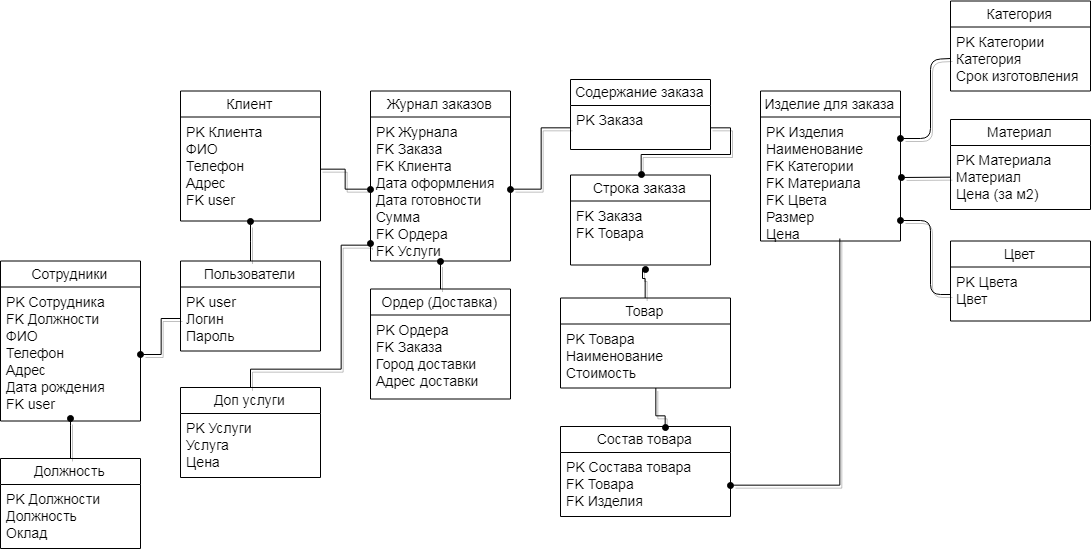
The draw.io diagram idef1x new.png in AlenaPetrichenko/softwareengineering, before a commit. Source tidied: cells renumbered, new cells last; positions are measured from the earlier drawing's top-left corner, leaving out a move shared by most shapes.
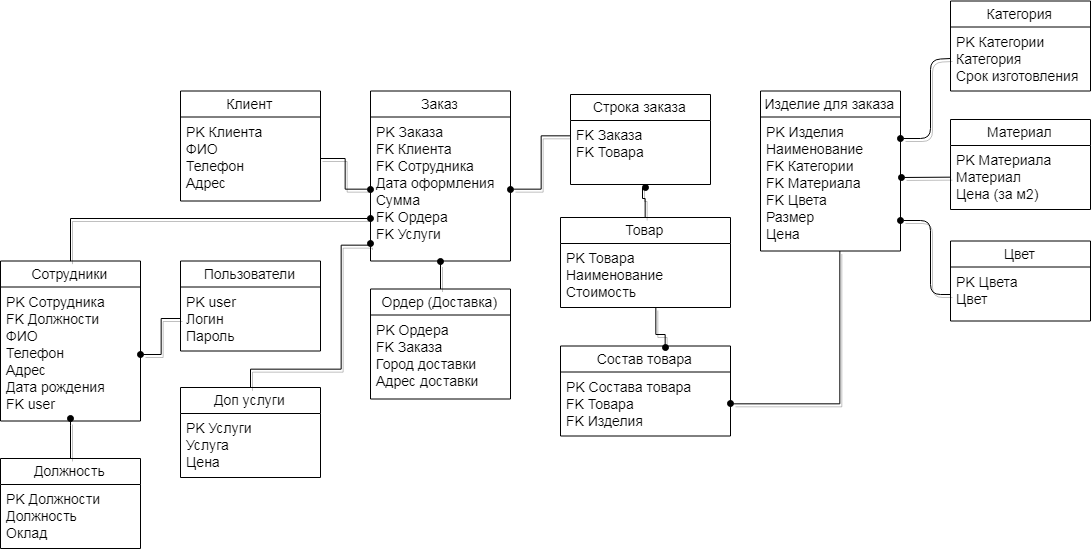
Above is the later version.

Commit message:
Внесла изменения в диаграмму idef1x

Что сделано: внесла изменения в диаграмму idef1x;
Что буду делать: создавать БД, описанную в IDEF1x, в выбранной СУБД

Change to the diagram source:
```diff
@@ -2,17 +2,17 @@
   <root>
     <mxCell id="0" />
     <mxCell id="1" parent="0" />
-    <mxCell id="2" value="Журнал заказов" style="swimlane;fontStyle=0;horizontal=1;startSize=26;fillColor=none;swimlaneFillColor=#ffffff;fontSize=14;" parent="1" vertex="1">
+    <mxCell id="2" value="Заказ" style="swimlane;fontStyle=0;horizontal=1;startSize=26;fillColor=none;swimlaneFillColor=#ffffff;fontSize=14;" parent="1" vertex="1">
       <mxGeometry x="370" y="90.5" width="140" height="170" as="geometry" />
     </mxCell>
-    <mxCell id="3" value="PK Журнала&#10;FK Заказа&#10;FK Клиента&#10;Дата оформления&#10;Дата готовности&#10;Сумма&#10;FK Ордера&#10;FK Услуги&#10;" style="text;strokeColor=none;fillColor=none;align=left;verticalAlign=top;spacingLeft=4;spacingRight=4;overflow=hidden;points=[[0,0.5],[1,0.5]];portConstraint=eastwest;fontSize=14;" parent="2" vertex="1">
+    <mxCell id="3" value="PK Заказа&#10;FK Клиента&#10;FK Сотрудника&#10;Дата оформления&#10;Сумма&#10;FK Ордера&#10;FK Услуги&#10;" style="text;strokeColor=none;fillColor=none;align=left;verticalAlign=top;spacingLeft=4;spacingRight=4;overflow=hidden;points=[[0,0.5],[1,0.5]];portConstraint=eastwest;fontSize=14;" parent="2" vertex="1">
       <mxGeometry y="26" width="140" height="144" as="geometry" />
     </mxCell>
     <mxCell id="4" value="Клиент" style="swimlane;fontStyle=0;horizontal=1;startSize=26;fillColor=none;swimlaneFillColor=#ffffff;fontSize=14;" parent="1" vertex="1">
-      <mxGeometry x="180" y="90.5" width="140" height="130" as="geometry" />
+      <mxGeometry x="180" y="90.5" width="140" height="110" as="geometry" />
     </mxCell>
-    <mxCell id="5" value="PK Клиента&#10;ФИО&#10;Телефон&#10;Адрес&#10;FK user&#10;&#10;&#10;" style="text;strokeColor=none;fillColor=none;align=left;verticalAlign=top;spacingLeft=4;spacingRight=4;overflow=hidden;points=[[0,0.5],[1,0.5]];portConstraint=eastwest;fontSize=14;" parent="4" vertex="1">
-      <mxGeometry y="26" width="140" height="104" as="geometry" />
+    <mxCell id="5" value="PK Клиента&#10;ФИО&#10;Телефон&#10;Адрес&#10;&#10;" style="text;strokeColor=none;fillColor=none;align=left;verticalAlign=top;spacingLeft=4;spacingRight=4;overflow=hidden;points=[[0,0.5],[1,0.5]];portConstraint=eastwest;fontSize=14;" parent="4" vertex="1">
+      <mxGeometry y="26" width="140" height="84" as="geometry" />
     </mxCell>
     <mxCell id="6" style="edgeStyle=orthogonalEdgeStyle;rounded=0;comic=0;html=1;shadow=1;startArrow=none;startFill=0;endArrow=oval;endFill=1;jettySize=auto;strokeWidth=1;" parent="1" edge="1" source="7" target="3">
       <mxGeometry relative="1" as="geometry">
@@ -28,23 +28,12 @@
     <mxCell id="8" value="PK Ордера&#10;FK Заказа&#10;Город доставки&#10;Адрес доставки&#10;" style="text;strokeColor=none;fillColor=none;align=left;verticalAlign=top;spacingLeft=4;spacingRight=4;overflow=hidden;fontSize=14;" parent="7" vertex="1">
       <mxGeometry y="26" width="140" height="84" as="geometry" />
     </mxCell>
-    <mxCell id="9" value="Содержание заказа" style="swimlane;fontStyle=0;horizontal=1;startSize=26;fillColor=none;swimlaneFillColor=#ffffff;fontSize=14;" parent="1" vertex="1">
-      <mxGeometry x="570" y="79" width="140" height="70" as="geometry" />
-    </mxCell>
-    <mxCell id="10" value="PK Заказа&#10;" style="text;strokeColor=none;fillColor=none;align=left;verticalAlign=top;spacingLeft=4;spacingRight=4;overflow=hidden;points=[[0,0.5],[1,0.5]];portConstraint=eastwest;fontSize=14;" parent="9" vertex="1">
-      <mxGeometry y="26" width="140" height="44" as="geometry" />
-    </mxCell>
     <mxCell id="11" value="Сотрудники" style="swimlane;fontStyle=0;horizontal=1;startSize=26;fillColor=none;swimlaneFillColor=#ffffff;fontSize=14;" parent="1" vertex="1">
       <mxGeometry y="260.5" width="140" height="160" as="geometry" />
     </mxCell>
     <mxCell id="12" value="PK Сотрудника&#10;FK Должности&#10;ФИО&#10;Телефон&#10;Адрес&#10;Дата рождения&#10;FK user&#10;&#10;&#10;" style="text;strokeColor=none;fillColor=none;align=left;verticalAlign=top;spacingLeft=4;spacingRight=4;overflow=hidden;points=[[0,0.5],[1,0.5]];portConstraint=eastwest;fontSize=14;" parent="11" vertex="1">
       <mxGeometry y="26" width="140" height="134" as="geometry" />
     </mxCell>
-    <mxCell id="13" style="edgeStyle=orthogonalEdgeStyle;rounded=0;comic=0;html=1;shadow=1;startArrow=none;startFill=0;endArrow=oval;endFill=1;jettySize=auto;strokeWidth=1;" parent="1" edge="1" source="14">
-      <mxGeometry relative="1" as="geometry">
-        <mxPoint x="250" y="221" as="targetPoint" />
-      </mxGeometry>
-    </mxCell>
     <mxCell id="14" value="Пользователи" style="swimlane;fontStyle=0;horizontal=1;startSize=26;fillColor=none;swimlaneFillColor=#ffffff;fontSize=14;" parent="1" vertex="1">
       <mxGeometry x="180" y="260.5" width="140" height="90" as="geometry" />
     </mxCell>
@@ -76,10 +65,10 @@
       <mxGeometry y="26" width="140" height="54" as="geometry" />
     </mxCell>
     <mxCell id="24" value="Изделие для заказа" style="swimlane;fontStyle=0;horizontal=1;startSize=26;fillColor=none;swimlaneFillColor=#ffffff;fontSize=14;" parent="1" vertex="1">
-      <mxGeometry x="760" y="90.5" width="140" height="150" as="geometry" />
+      <mxGeometry x="760" y="90.5" width="140" height="160" as="geometry" />
     </mxCell>
     <mxCell id="25" value="PK Изделия&#10;Наименование&#10;FK Категории&#10;FK Материала&#10;FK Цвета&#10;Размер&#10;Цена&#10;" style="text;strokeColor=none;fillColor=none;align=left;verticalAlign=top;spacingLeft=4;spacingRight=4;overflow=hidden;points=[[0,0.5],[1,0.5]];portConstraint=eastwest;fontSize=14;" parent="24" vertex="1">
-      <mxGeometry y="26" width="140" height="124" as="geometry" />
+      <mxGeometry y="26" width="140" height="134" as="geometry" />
     </mxCell>
     <mxCell id="26" style="endArrow=oval;html=1;shadow=1;strokeWidth=1;endFill=1;exitX=0;exitY=0.5;" parent="1" edge="1" source="19">
       <mxGeometry relative="1" as="geometry">
@@ -104,7 +93,7 @@
         </Array>
       </mxGeometry>
     </mxCell>
-    <mxCell id="29" style="edgeStyle=orthogonalEdgeStyle;rounded=0;comic=0;html=1;shadow=1;endArrow=none;endFill=0;jettySize=auto;strokeWidth=1;startArrow=oval;startFill=1;" parent="1" edge="1" source="3" target="10">
+    <mxCell id="29" style="edgeStyle=orthogonalEdgeStyle;rounded=0;comic=0;html=1;shadow=1;endArrow=none;endFill=0;jettySize=auto;strokeWidth=1;startArrow=oval;startFill=1;entryX=0;entryY=0.234;entryPerimeter=0;" parent="1" edge="1" source="3" target="43">
       <mxGeometry relative="1" as="geometry" />
     </mxCell>
     <mxCell id="30" style="edgeStyle=orthogonalEdgeStyle;rounded=0;comic=0;html=1;shadow=1;startArrow=none;startFill=0;endArrow=oval;endFill=1;jettySize=auto;strokeWidth=1;" parent="1" edge="1" source="16">
@@ -122,13 +111,13 @@
       <mxGeometry relative="1" as="geometry" />
     </mxCell>
     <mxCell id="33" value="Товар" style="swimlane;fontStyle=0;horizontal=1;startSize=26;fillColor=none;swimlaneFillColor=#ffffff;fontSize=14;" parent="1" vertex="1">
-      <mxGeometry x="560" y="297.5" width="170" height="90" as="geometry" />
+      <mxGeometry x="560" y="217" width="170" height="90" as="geometry" />
     </mxCell>
     <mxCell id="34" value="PK Товара&#10;Наименование&#10;Стоимость&#10;" style="text;strokeColor=none;fillColor=none;align=left;verticalAlign=top;spacingLeft=4;spacingRight=4;overflow=hidden;points=[[0,0.5],[1,0.5]];portConstraint=eastwest;fontSize=14;" parent="33" vertex="1">
       <mxGeometry y="26" width="170" height="64" as="geometry" />
     </mxCell>
     <mxCell id="35" value="Состав товара" style="swimlane;fontStyle=0;horizontal=1;startSize=26;fillColor=none;swimlaneFillColor=#ffffff;fontSize=14;" parent="1" vertex="1">
-      <mxGeometry x="560" y="426" width="170" height="90" as="geometry" />
+      <mxGeometry x="560" y="345.5" width="170" height="90" as="geometry" />
     </mxCell>
     <mxCell id="36" value="PK Состава товара&#10;FK Товара&#10;FK Изделия&#10;" style="text;strokeColor=none;fillColor=none;align=left;verticalAlign=top;spacingLeft=4;spacingRight=4;overflow=hidden;points=[[0,0.5],[1,0.5]];portConstraint=eastwest;fontSize=14;" parent="35" vertex="1">
       <mxGeometry y="26" width="170" height="64" as="geometry" />
@@ -136,16 +125,15 @@
     <mxCell id="37" style="edgeStyle=orthogonalEdgeStyle;rounded=0;comic=0;html=1;shadow=1;endArrow=none;endFill=0;jettySize=auto;strokeWidth=1;startArrow=oval;startFill=1;exitX=0.616;exitY=0.013;exitPerimeter=0;" parent="1" edge="1" source="35" target="34">
       <mxGeometry relative="1" as="geometry">
         <Array as="points">
-          <mxPoint x="665" y="415" />
-          <mxPoint x="655" y="415" />
+          <mxPoint x="665" y="334.5" />
+          <mxPoint x="655" y="334.5" />
         </Array>
       </mxGeometry>
     </mxCell>
-    <mxCell id="38" style="edgeStyle=orthogonalEdgeStyle;rounded=0;comic=0;html=1;shadow=1;endArrow=none;endFill=0;jettySize=auto;strokeWidth=1;startArrow=oval;startFill=1;exitX=1;exitY=0.5;" parent="1" edge="1" source="36">
+    <mxCell id="38" style="edgeStyle=orthogonalEdgeStyle;rounded=0;comic=0;html=1;shadow=1;endArrow=none;endFill=0;jettySize=auto;strokeWidth=1;startArrow=oval;startFill=1;exitX=1;exitY=0.5;" parent="1" edge="1" source="36" target="25">
       <mxGeometry relative="1" as="geometry">
-        <mxPoint x="839" y="238" as="targetPoint" />
         <Array as="points">
-          <mxPoint x="839" y="484" />
+          <mxPoint x="839" y="403" />
         </Array>
       </mxGeometry>
     </mxCell>
@@ -165,22 +153,22 @@
       </mxGeometry>
     </mxCell>
     <mxCell id="42" value="Строка заказа" style="swimlane;fontStyle=0;horizontal=1;startSize=26;fillColor=none;swimlaneFillColor=#ffffff;fontSize=14;" parent="1" vertex="1">
-      <mxGeometry x="570" y="174.5" width="140" height="90" as="geometry" />
+      <mxGeometry x="570" y="94" width="140" height="90" as="geometry" />
     </mxCell>
     <mxCell id="43" value="FK Заказа&#10;FK Товара&#10;" style="text;strokeColor=none;fillColor=none;align=left;verticalAlign=top;spacingLeft=4;spacingRight=4;overflow=hidden;points=[[0,0.5],[1,0.5]];portConstraint=eastwest;fontSize=14;" parent="42" vertex="1">
       <mxGeometry y="26" width="140" height="64" as="geometry" />
     </mxCell>
     <mxCell id="44" style="edgeStyle=orthogonalEdgeStyle;rounded=0;comic=0;html=1;shadow=1;endArrow=none;endFill=0;jettySize=auto;strokeWidth=1;startArrow=oval;startFill=1;" parent="1" edge="1" target="33">
       <mxGeometry relative="1" as="geometry">
-        <mxPoint x="645" y="268" as="sourcePoint" />
+        <mxPoint x="645" y="187.5" as="sourcePoint" />
         <Array as="points">
-          <mxPoint x="642" y="278" />
-          <mxPoint x="645" y="278" />
+          <mxPoint x="642" y="197.5" />
+          <mxPoint x="645" y="197.5" />
         </Array>
       </mxGeometry>
     </mxCell>
-    <mxCell id="45" style="edgeStyle=orthogonalEdgeStyle;rounded=0;comic=0;html=1;shadow=1;endArrow=none;endFill=0;jettySize=auto;strokeWidth=1;startArrow=oval;startFill=1;exitX=0.5;exitY=0;" parent="1" edge="1" source="42" target="10">
-      <mxGeometry relative="1" as="geometry" />
-    </mxCell>
+    <mxCell id="46" style="edgeStyle=orthogonalEdgeStyle;rounded=0;comic=0;html=1;shadow=1;startArrow=none;startFill=0;endArrow=oval;endFill=1;jettySize=auto;strokeWidth=1;exitX=0.5;exitY=0;entryX=0;entryY=0.705;entryPerimeter=0;" parent="1" edge="1" source="11" target="3">
+      <mxGeometry relative="1" as="geometry" />
+    </mxCell>
   </root>
 </mxGraphModel>
```
